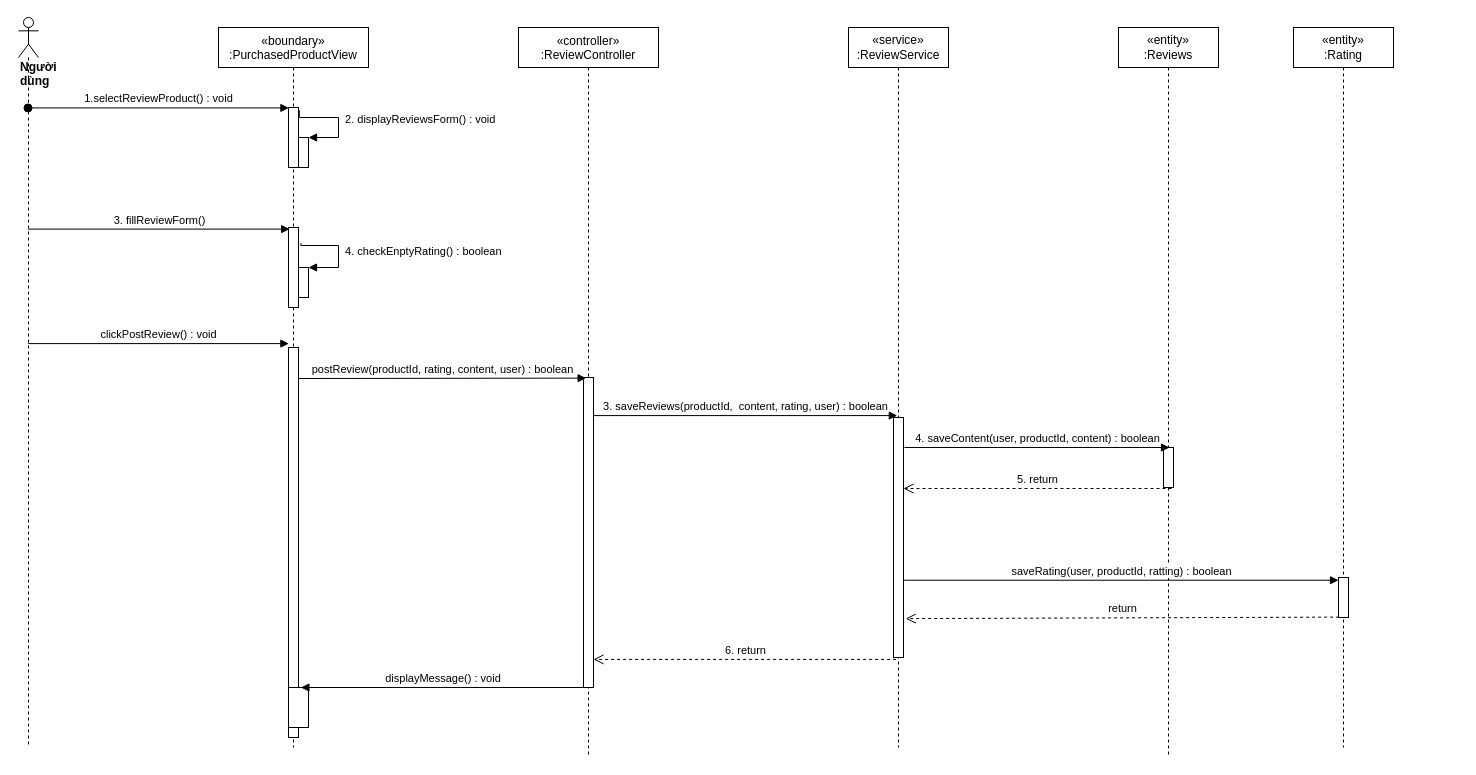
Above: sequence diagram/reviews-product-sequence.drawio in nguyenphamvan/datn_20202 (draw.io), before the change. Source tidied: cells renumbered, new cells numbered last; positions are measured from the earlier drawing's top-left corner, leaving out a move shared by most shapes. Both pictures are drawn from the tidied source at 100%, with x=0, y=0 at pixel (18, 17).
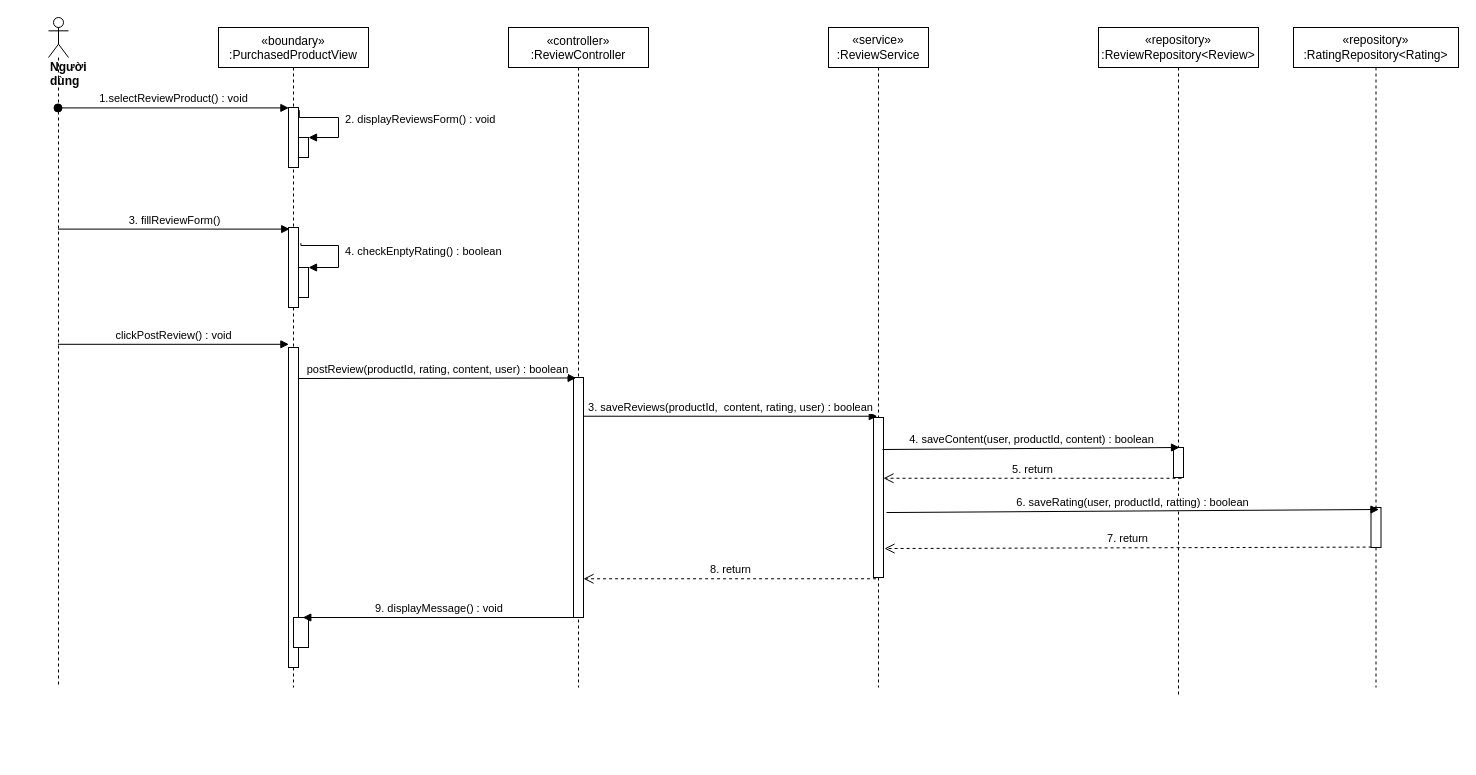
The same diagram, later.

Change to the diagram source:
```diff
@@
     <mxCell id="2" value="«boundary»&#10;:PurchasedProductView" style="shape=umlLifeline;perimeter=lifelinePerimeter;rounded=0;shadow=0;strokeWidth=1;" parent="1" vertex="1">
-      <mxGeometry x="200" y="10" width="150" height="720" as="geometry" />
+      <mxGeometry x="200" y="10" width="150" height="660" as="geometry" />
     </mxCell>
@@
     <mxCell id="4" style="html=1;points=[];perimeter=orthogonalPerimeter;" parent="2" vertex="1">
-      <mxGeometry x="80" y="110" width="10" height="30" as="geometry" />
+      <mxGeometry x="80" y="110" width="10" height="20" as="geometry" />
     </mxCell>
@@
     <mxCell id="7" style="html=1;points=[];perimeter=orthogonalPerimeter;" parent="2" vertex="1">
-      <mxGeometry x="70" y="320" width="10" height="390" as="geometry" />
+      <mxGeometry x="70" y="320" width="10" height="320" as="geometry" />
     </mxCell>
     <mxCell id="8" style="html=1;points=[];perimeter=orthogonalPerimeter;" parent="2" vertex="1">
-      <mxGeometry x="70" y="660" width="20" height="40" as="geometry" />
+      <mxGeometry x="75" y="590" width="15" height="30" as="geometry" />
     </mxCell>
     <mxCell id="9" value="«controller»&#10;:ReviewController" style="shape=umlLifeline;perimeter=lifelinePerimeter;rounded=0;shadow=0;strokeWidth=1;size=40;" parent="1" vertex="1">
-      <mxGeometry x="500" y="10" width="140" height="730" as="geometry" />
+      <mxGeometry x="490" y="10" width="140" height="660" as="geometry" />
     </mxCell>
     <mxCell id="10" style="points=[];perimeter=orthogonalPerimeter;rounded=0;shadow=0;strokeWidth=1;" parent="9" vertex="1">
-      <mxGeometry x="65" y="350" width="10" height="310" as="geometry" />
+      <mxGeometry x="65" y="350" width="10" height="240" as="geometry" />
     </mxCell>
     <mxCell id="11" value="&lt;div&gt;&lt;b&gt;Người dùng&lt;/b&gt;&lt;/div&gt;" style="shape=umlLifeline;participant=umlActor;perimeter=lifelinePerimeter;whiteSpace=wrap;html=1;verticalAlign=top;spacingTop=36;outlineConnect=0;align=left;" parent="1" vertex="1">
-      <mxGeometry width="20" height="730" as="geometry" />
+      <mxGeometry x="30" width="20" height="670" as="geometry" />
     </mxCell>
     <mxCell id="12" value="&lt;span&gt;«service»&lt;br&gt;&lt;/span&gt;:ReviewService" style="shape=umlLifeline;perimeter=lifelinePerimeter;whiteSpace=wrap;html=1;" parent="1" vertex="1">
-      <mxGeometry x="830" y="10" width="100" height="720" as="geometry" />
+      <mxGeometry x="810" y="10" width="100" height="660" as="geometry" />
     </mxCell>
     <mxCell id="13" style="points=[];perimeter=orthogonalPerimeter;rounded=0;shadow=0;strokeWidth=1;" parent="12" vertex="1">
-      <mxGeometry x="45" y="390" width="10" height="240" as="geometry" />
+      <mxGeometry x="45" y="390" width="10" height="160" as="geometry" />
     </mxCell>
@@
-    <mxCell id="15" value="&lt;span&gt;«entity»&lt;br&gt;&lt;/span&gt;:Reviews" style="shape=umlLifeline;perimeter=lifelinePerimeter;whiteSpace=wrap;html=1;" parent="1" vertex="1">
-      <mxGeometry x="1100" y="10" width="100" height="730" as="geometry" />
+    <mxCell id="15" value="&lt;span&gt;«repository»&lt;br&gt;&lt;/span&gt;:ReviewRepository&amp;lt;Review&amp;gt;" style="shape=umlLifeline;perimeter=lifelinePerimeter;whiteSpace=wrap;html=1;" parent="1" vertex="1">
+      <mxGeometry x="1080" y="10" width="160" height="670" as="geometry" />
     </mxCell>
     <mxCell id="16" style="points=[];perimeter=orthogonalPerimeter;rounded=0;shadow=0;strokeWidth=1;" parent="15" vertex="1">
-      <mxGeometry x="45" y="420" width="10" height="40" as="geometry" />
+      <mxGeometry x="75" y="420" width="10" height="30" as="geometry" />
     </mxCell>
@@
-    <mxCell id="18" value="6. return" style="html=1;verticalAlign=bottom;endArrow=open;dashed=1;endSize=8;exitX=0.26;exitY=1.008;exitDx=0;exitDy=0;exitPerimeter=0;" parent="1" edge="1" source="13" target="10">
+    <mxCell id="18" value="8. return" style="html=1;verticalAlign=bottom;endArrow=open;dashed=1;endSize=8;exitX=0.26;exitY=1.008;exitDx=0;exitDy=0;exitPerimeter=0;" parent="1" edge="1" source="13" target="10">
       <mxGeometry relative="1" as="geometry" />
     </mxCell>
-    <mxCell id="19" value="4. saveContent(user, productId, content) : boolean" style="html=1;verticalAlign=bottom;endArrow=block;entryX=0.6;entryY=0;entryDx=0;entryDy=0;entryPerimeter=0;" parent="1" edge="1" target="16">
-      <mxGeometry relative="1" as="geometry">
-        <mxPoint x="886" y="430" as="sourcePoint" />
-      </mxGeometry>
+    <mxCell id="19" value="4. saveContent(user, productId, content) : boolean" style="html=1;verticalAlign=bottom;endArrow=block;entryX=0.6;entryY=0;entryDx=0;entryDy=0;entryPerimeter=0;exitX=0.9;exitY=0.2;exitDx=0;exitDy=0;exitPerimeter=0;" parent="1" edge="1" source="13" target="16">
+      <mxGeometry relative="1" as="geometry" />
     </mxCell>
@@
-    <mxCell id="26" value="&lt;span&gt;«entity»&lt;br&gt;&lt;/span&gt;:Rating" style="shape=umlLifeline;perimeter=lifelinePerimeter;whiteSpace=wrap;html=1;" parent="1" vertex="1">
-      <mxGeometry x="1275" y="10" width="100" height="720" as="geometry" />
+    <mxCell id="26" value="&lt;span&gt;«repository»&lt;br&gt;&lt;/span&gt;:RatingRepository&amp;lt;Rating&amp;gt;" style="shape=umlLifeline;perimeter=lifelinePerimeter;whiteSpace=wrap;html=1;" parent="1" vertex="1">
+      <mxGeometry x="1275" y="10" width="165" height="660" as="geometry" />
     </mxCell>
     <mxCell id="27" style="points=[];perimeter=orthogonalPerimeter;rounded=0;shadow=0;strokeWidth=1;" parent="26" vertex="1">
-      <mxGeometry x="45" y="550" width="10" height="40" as="geometry" />
+      <mxGeometry x="77.5" y="480" width="10" height="40" as="geometry" />
     </mxCell>
-    <mxCell id="28" value="saveRating(user, productId, ratting) : boolean" style="html=1;verticalAlign=bottom;endArrow=block;exitX=1.06;exitY=0.678;exitDx=0;exitDy=0;exitPerimeter=0;" parent="1" edge="1" source="13" target="27">
+    <mxCell id="28" value="6. saveRating(user, productId, ratting) : boolean" style="html=1;verticalAlign=bottom;endArrow=block;entryX=0.8;entryY=0.05;entryDx=0;entryDy=0;entryPerimeter=0;exitX=1.3;exitY=0.594;exitDx=0;exitDy=0;exitPerimeter=0;" parent="1" edge="1" source="13" target="27">
       <mxGeometry relative="1" as="geometry" />
     </mxCell>
-    <mxCell id="29" value="return" style="html=1;verticalAlign=bottom;endArrow=open;dashed=1;endSize=8;exitX=0.06;exitY=0.99;exitDx=0;exitDy=0;exitPerimeter=0;entryX=1.22;entryY=0.838;entryDx=0;entryDy=0;entryPerimeter=0;" parent="1" edge="1" source="27" target="13">
+    <mxCell id="29" value="7. return" style="html=1;verticalAlign=bottom;endArrow=open;dashed=1;endSize=8;exitX=0.06;exitY=0.99;exitDx=0;exitDy=0;exitPerimeter=0;entryX=1.1;entryY=0.819;entryDx=0;entryDy=0;entryPerimeter=0;" parent="1" edge="1" source="27" target="13">
       <mxGeometry relative="1" as="geometry" />
     </mxCell>
-    <mxCell id="30" value="displayMessage() : void" style="verticalAlign=bottom;endArrow=block;shadow=0;strokeWidth=1;exitX=0.3;exitY=1;exitDx=0;exitDy=0;exitPerimeter=0;entryX=0.62;entryY=0;entryDx=0;entryDy=0;entryPerimeter=0;" parent="1" edge="1" source="10" target="8">
+    <mxCell id="30" value="9. displayMessage() : void" style="verticalAlign=bottom;endArrow=block;shadow=0;strokeWidth=1;exitX=0.3;exitY=1;exitDx=0;exitDy=0;exitPerimeter=0;entryX=0.62;entryY=0;entryDx=0;entryDy=0;entryPerimeter=0;" parent="1" edge="1" source="10" target="8">
       <mxGeometry relative="1" as="geometry" />
     </mxCell>
```
